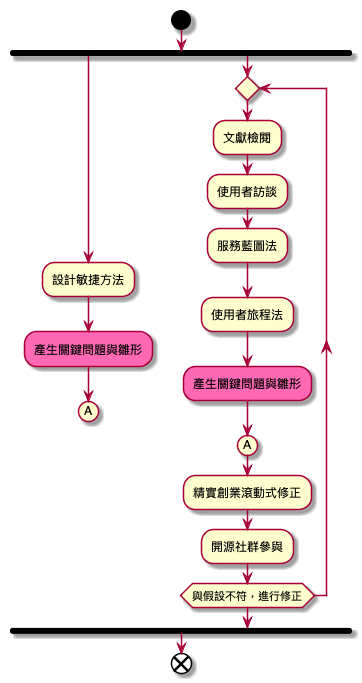
Before: report2/images/research_flow.png, a diagram exported from PlantUML (SenseTW/ArrTMDReport).
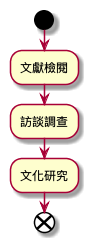
After the commit.

Diff of the diagram source:
```diff
@@ -1,21 +1,7 @@
 @startuml
 start
-fork
-   :設計敏捷方法;
-   #HotPink:產生關鍵問題與雛形;
-    (A)
-    detach
-fork again
-    repeat
-    :文獻檢閱;
-    :使用者訪談;
-    :服務藍圖法;
-    :使用者旅程法;
-    #HotPink:產生關鍵問題與雛形;
-    (A)
-    :精實創業滾動式修正;
-    :開源社群參與;
-    repeat while (與假設不符，進行修正)
-endfork
+:文獻檢閱;
+:訪談調查;
+:文化研究;
 end
 @enduml
```
